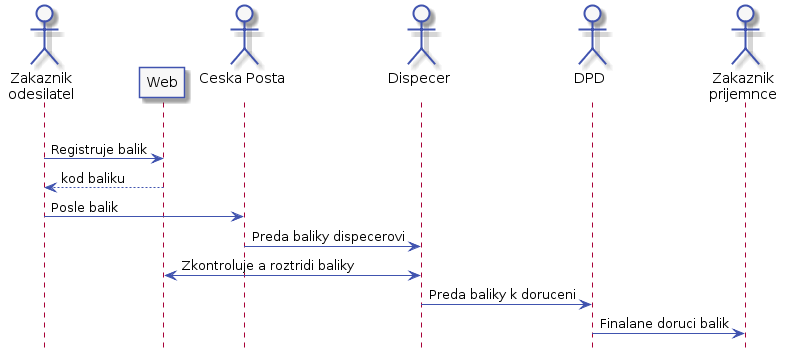
Earlier version of the PlantUML export docs/diagrams/out/princip.png (Internet-Handel/postman).
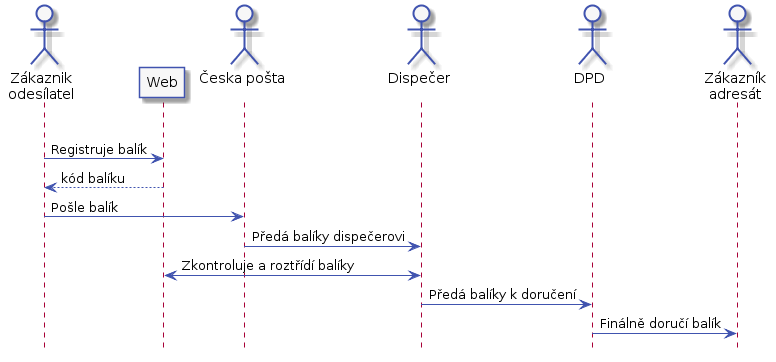
The same diagram one commit later.

The edit, as a diff of the source:
```diff
@@ -7,6 +7,8 @@
     ArrowColor #4053AF
     FontName Roboto
     BackgroundColor #F7F7F7
+    StartColor #4053AF
+    EndColor #4053AF
 }
 
 skinparam activityDiamond {
@@ -42,23 +44,28 @@
     ParticipantBackgroundColor #F7F7F7
 }
 
+skinparam note {
+    BorderColor #4053AF
+    BackgroundColor #F7F7F7
+}
+
 
 hide footbox
 
-actor "Zakaznik\nodesilatel" as zakaznik1
+actor "Zákaznik\nodesílatel" as zakaznik1
 participant "Web" as web
-actor "Ceska Posta\n" as prepravce1
-actor "Dispecer\n" as dispecer
+actor "Česka pošta\n" as prepravce1
+actor "Dispečer\n" as dispecer
 actor "DPD\n" as prepravce2
-actor "Zakaznik\nprijemnce" as zakaznik2
+actor "Zákazník\nadresát" as zakaznik2
 
 |||
 
-zakaznik1 -> web: Registruje balik
-web --> zakaznik1: kod baliku
-zakaznik1 -> prepravce1: Posle balik
-prepravce1 -> dispecer: Preda baliky dispecerovi
-dispecer <-> web: Zkontroluje a roztridi baliky
-dispecer -> prepravce2: Preda baliky k doruceni
-prepravce2 -> zakaznik2: Finalane doruci balik
+zakaznik1 -> web: Registruje balík
+web --> zakaznik1: kód balíku
+zakaznik1 -> prepravce1: Pošle balík
+prepravce1 -> dispecer: Předá balíky dispečerovi
+dispecer <-> web: Zkontroluje a roztřídí balíky
+dispecer -> prepravce2: Předá balíky k doručení
+prepravce2 -> zakaznik2: Finálně doručí balík
 @enduml
```
